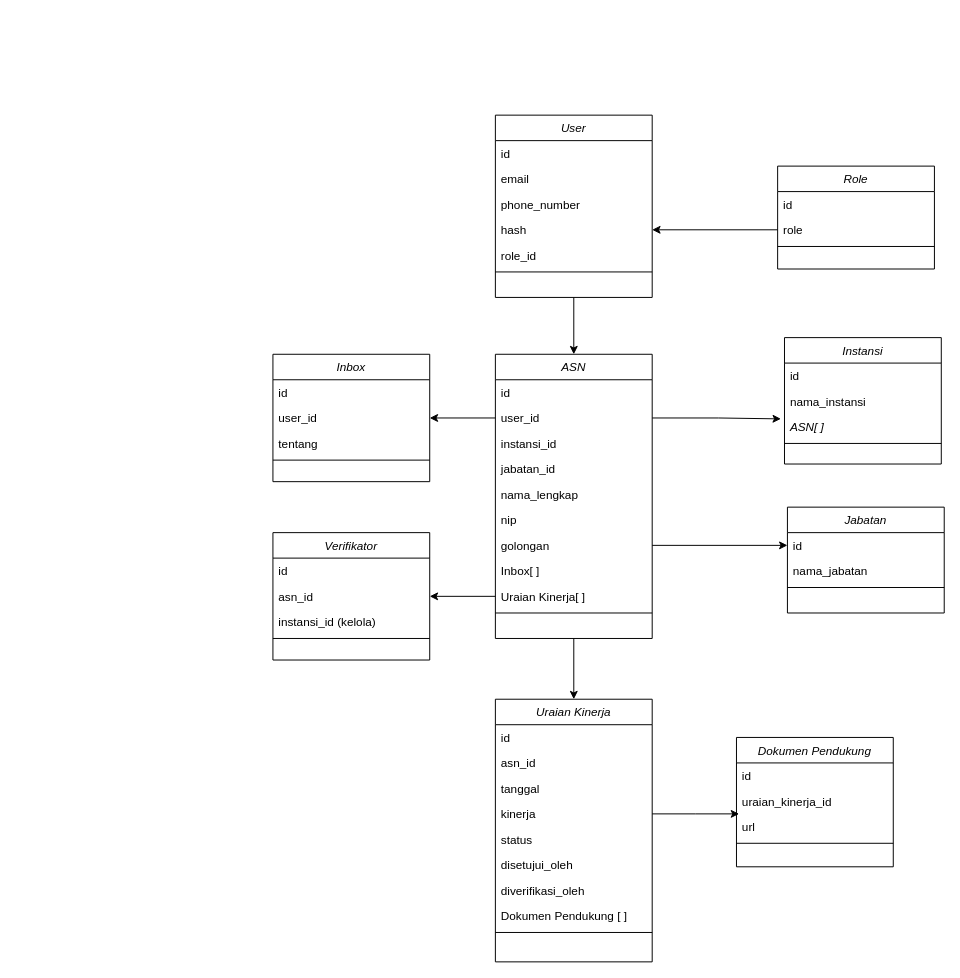
The draw.io diagram Class Diagram- App Kinerja.drawio in syahruncega/project-diagram, before the edit. Source tidied: cells renumbered, new cells numbered last; positions are measured from the earlier drawing's top-left corner, leaving out a move shared by most shapes. Both pictures are drawn from the tidied source at 98%, with x=0, y=0 at pixel (272, 115).
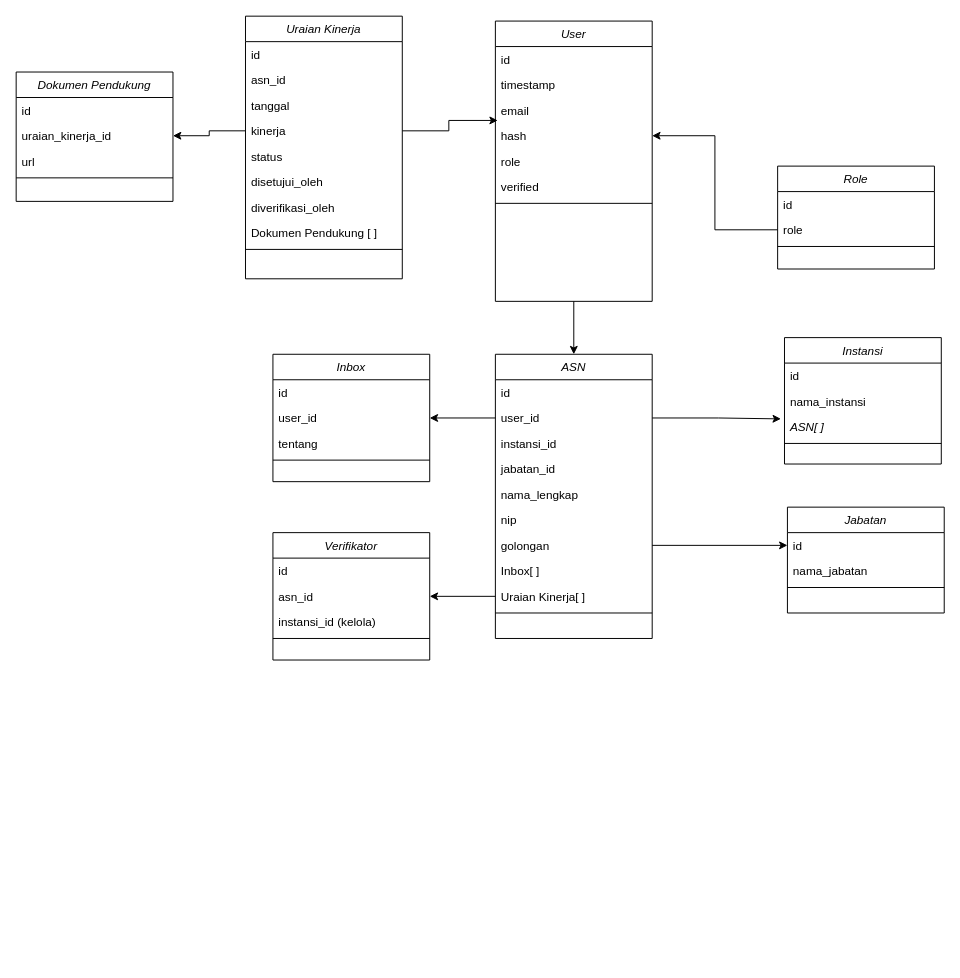
The same diagram, later.

Unchanged cells that the change refers to:
```xml
<mxCell id="7" value="hash" style="text;align=left;verticalAlign=top;spacingLeft=4;spacingRight=4;overflow=hidden;points=[[0,0.5],[1,0.5]];portConstraint=eastwest;rounded=0;shadow=0;html=0;" parent="3" vertex="1">
  <mxGeometry y="104" width="160" height="26" as="geometry" />
</mxCell>
<mxCell id="11" value="ASN" style="swimlane;fontStyle=2;align=center;verticalAlign=top;horizontal=1;startSize=26;rounded=0;shadow=0;strokeWidth=1;fillColor=none;" parent="1" vertex="1">
  <mxGeometry x="227" y="244" width="160" height="290" as="geometry" />
</mxCell>
<mxCell id="26" value="kinerja" style="text;align=left;verticalAlign=top;spacingLeft=4;spacingRight=4;overflow=hidden;points=[[0,0.5],[1,0.5]];portConstraint=eastwest;rounded=0;shadow=0;html=0;" parent="22" vertex="1">
  <mxGeometry y="104" width="160" height="26" as="geometry" />
</mxCell>
<mxCell id="62" value="uraian_kinerja_id" style="text;align=left;verticalAlign=top;spacingLeft=4;spacingRight=4;overflow=hidden;points=[[0,0.5],[1,0.5]];portConstraint=eastwest;rounded=0;shadow=0;html=0;" parent="60" vertex="1">
  <mxGeometry y="52" width="160" height="26" as="geometry" />
</mxCell>
```

The edit, as a diff of the source:
```diff
@@
     <mxCell id="3" value="User" style="swimlane;fontStyle=2;align=center;verticalAlign=top;horizontal=1;startSize=26;rounded=0;shadow=0;strokeWidth=1;fillColor=none;" parent="1" vertex="1">
-      <mxGeometry x="227" width="160" height="186" as="geometry" />
+      <mxGeometry x="227" y="-96" width="160" height="286" as="geometry" />
     </mxCell>
@@
-    <mxCell id="5" value="email" style="text;align=left;verticalAlign=top;spacingLeft=4;spacingRight=4;overflow=hidden;rounded=0;shadow=0;html=0;" parent="3" vertex="1">
+    <mxCell id="5" value="timestamp" style="text;align=left;verticalAlign=top;spacingLeft=4;spacingRight=4;overflow=hidden;rounded=0;shadow=0;html=0;" parent="3" vertex="1">
       <mxGeometry y="52" width="160" height="26" as="geometry" />
     </mxCell>
-    <mxCell id="6" value="phone_number" style="text;align=left;verticalAlign=top;spacingLeft=4;spacingRight=4;overflow=hidden;rounded=0;shadow=0;html=0;" parent="3" vertex="1">
+    <mxCell id="6" value="email" style="text;align=left;verticalAlign=top;spacingLeft=4;spacingRight=4;overflow=hidden;rounded=0;shadow=0;html=0;" parent="3" vertex="1">
       <mxGeometry y="78" width="160" height="26" as="geometry" />
     </mxCell>
@@
+    <mxCell id="66" value="role" style="text;align=left;verticalAlign=top;spacingLeft=4;spacingRight=4;overflow=hidden;rounded=0;shadow=0;html=0;" parent="3" vertex="1">
+      <mxGeometry y="130" width="160" height="26" as="geometry" />
+    </mxCell>
-    <mxCell id="8" value="role_id" style="text;align=left;verticalAlign=top;spacingLeft=4;spacingRight=4;overflow=hidden;rounded=0;shadow=0;html=0;" parent="3" vertex="1">
-      <mxGeometry y="130" width="160" height="26" as="geometry" />
+    <mxCell id="8" value="verified" style="text;align=left;verticalAlign=top;spacingLeft=4;spacingRight=4;overflow=hidden;rounded=0;shadow=0;html=0;" parent="3" vertex="1">
+      <mxGeometry y="156" width="160" height="26" as="geometry" />
     </mxCell>
     <mxCell id="9" style="line;html=1;strokeWidth=1;align=left;verticalAlign=middle;spacingTop=-1;spacingLeft=3;spacingRight=3;labelPosition=right;" parent="3" vertex="1">
-      <mxGeometry y="156" width="160" height="8" as="geometry" />
+      <mxGeometry y="182" width="160" height="8" as="geometry" />
     </mxCell>
-    <mxCell id="10" style="edgeStyle=orthogonalEdgeStyle;rounded=0;jettySize=auto;html=1;exitX=0.5;exitY=1;exitDx=0;exitDy=0;" parent="1" edge="1" source="11" target="22">
-      <mxGeometry relative="1" as="geometry" />
-    </mxCell>
@@
     <mxCell id="22" value="Uraian Kinerja" style="swimlane;fontStyle=2;align=center;verticalAlign=top;horizontal=1;startSize=26;rounded=0;shadow=0;strokeWidth=1;fillColor=none;" parent="1" vertex="1">
-      <mxGeometry x="227" y="596" width="160" height="268" as="geometry" />
+      <mxGeometry x="-28" y="-101" width="160" height="268" as="geometry" />
     </mxCell>
@@
     <mxCell id="60" value="Dokumen Pendukung" style="swimlane;fontStyle=2;align=center;verticalAlign=top;horizontal=1;startSize=26;rounded=0;shadow=0;strokeWidth=1;fillColor=none;" parent="1" vertex="1">
-      <mxGeometry x="473" y="635" width="160" height="132" as="geometry" />
+      <mxGeometry x="-262" y="-44" width="160" height="132" as="geometry" />
     </mxCell>
@@
-    <mxCell id="65" style="edgeStyle=orthogonalEdgeStyle;rounded=0;jettySize=auto;html=1;" parent="1" edge="1" source="26">
-      <mxGeometry relative="1" as="geometry">
-        <mxPoint x="475.7" y="713" as="targetPoint" />
-      </mxGeometry>
+    <mxCell id="65" style="edgeStyle=orthogonalEdgeStyle;rounded=0;jettySize=auto;html=1;entryX=0.015;entryY=-0.1;entryDx=0;entryDy=0;entryPerimeter=0;" parent="1" edge="1" source="26" target="7">
+      <mxGeometry relative="1" as="geometry" />
     </mxCell>
+    <mxCell id="67" style="edgeStyle=orthogonalEdgeStyle;rounded=0;jettySize=auto;html=1;exitX=0;exitY=0.5;exitDx=0;exitDy=0;entryX=1;entryY=0.5;entryDx=0;entryDy=0;" parent="1" edge="1" source="26" target="62">
+      <mxGeometry relative="1" as="geometry" />
+    </mxCell>
```
